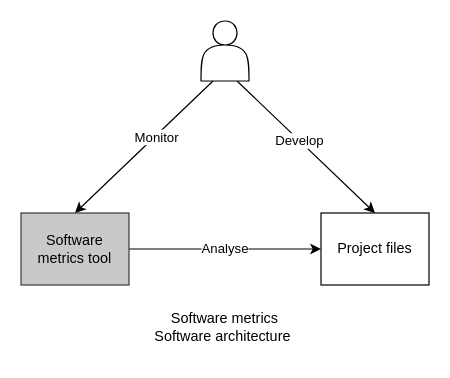
Above: design/C4-Context.drawio in liaoooyx/t4m (draw.io), before the change. Source tidied: cells renumbered, new cells numbered last; positions are measured from the earlier drawing's top-left corner, leaving out a move shared by most shapes. Both pictures are drawn from the tidied source at 120%, with x=0, y=0 at pixel (20, 20).
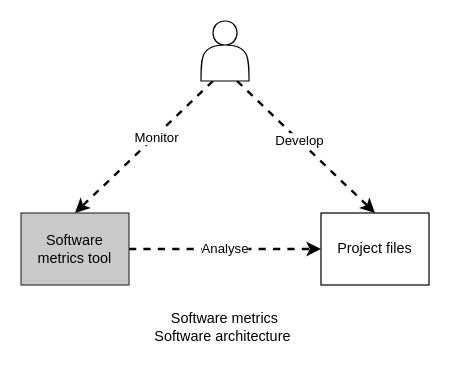
The same diagram, later.

Change to the diagram source:
```diff
@@
 <mxGraphModel>
   <root>
     <mxCell id="0" />
     <mxCell id="1" parent="0" />
-    <mxCell id="2" style="rounded=0;jettySize=auto;html=1;exitX=0.75;exitY=1;exitDx=0;exitDy=0;entryX=0.5;entryY=0;entryDx=0;entryDy=0;" parent="1" edge="1" source="6" target="7">
+    <mxCell id="2" style="rounded=0;jettySize=auto;html=1;exitX=0.75;exitY=1;exitDx=0;exitDy=0;entryX=0.5;entryY=0;entryDx=0;entryDy=0;dashed=1;strokeWidth=2;" parent="1" edge="1" source="6" target="7">
       <mxGeometry relative="1" as="geometry" />
     </mxCell>
     <mxCell id="3" value="Develop" style="edgeLabel;html=1;align=center;verticalAlign=middle;" parent="2" vertex="1">
       <mxGeometry x="-0.1" y="-1" relative="1" as="geometry">
         <mxPoint y="-1" as="offset" />
       </mxGeometry>
     </mxCell>
-    <mxCell id="4" style="edgeStyle=none;rounded=0;jettySize=auto;html=1;exitX=0.25;exitY=1;exitDx=0;exitDy=0;entryX=0.5;entryY=0;entryDx=0;entryDy=0;" parent="1" edge="1" source="6" target="9">
+    <mxCell id="4" style="edgeStyle=none;rounded=0;jettySize=auto;html=1;exitX=0.25;exitY=1;exitDx=0;exitDy=0;entryX=0.5;entryY=0;entryDx=0;entryDy=0;dashed=1;strokeWidth=2;" parent="1" edge="1" source="6" target="9">
       <mxGeometry relative="1" as="geometry" />
     </mxCell>
     <mxCell id="5" value="Monitor" style="edgeLabel;html=1;align=center;verticalAlign=middle;" parent="4" vertex="1">
       <mxGeometry x="-0.17" y="1" relative="1" as="geometry" />
     </mxCell>
     <mxCell id="6" style="shape=actor;whiteSpace=wrap;html=1;" parent="1" vertex="1">
       <mxGeometry x="150" width="40" height="50" as="geometry" />
     </mxCell>
     <mxCell id="7" value="Project files" style="rounded=0;whiteSpace=wrap;html=1;" parent="1" vertex="1">
       <mxGeometry x="250" y="160" width="90" height="60" as="geometry" />
     </mxCell>
-    <mxCell id="8" value="Analyse" style="edgeStyle=none;rounded=0;jettySize=auto;html=1;exitX=1;exitY=0.5;exitDx=0;exitDy=0;entryX=0;entryY=0.5;entryDx=0;entryDy=0;" parent="1" edge="1" source="9" target="7">
+    <mxCell id="8" value="Analyse" style="edgeStyle=none;rounded=0;jettySize=auto;html=1;exitX=1;exitY=0.5;exitDx=0;exitDy=0;entryX=0;entryY=0.5;entryDx=0;entryDy=0;dashed=1;strokeWidth=2;" parent="1" edge="1" source="9" target="7">
       <mxGeometry relative="1" as="geometry" />
     </mxCell>
     <mxCell id="9" value="Software metrics tool" style="rounded=0;whiteSpace=wrap;html=1;fillColor=#C9C9C9;strokeColor=#36393d;" parent="1" vertex="1">
       <mxGeometry y="160" width="90" height="60" as="geometry" />
     </mxCell>
     <mxCell id="10" value="Software metrics&lt;br&gt;Software architecture&amp;nbsp;" style="text;html=1;strokeColor=none;fillColor=none;align=center;verticalAlign=middle;whiteSpace=wrap;rounded=0;" parent="1" vertex="1">
       <mxGeometry x="105" y="230" width="130" height="50" as="geometry" />
     </mxCell>
   </root>
 </mxGraphModel>
```
